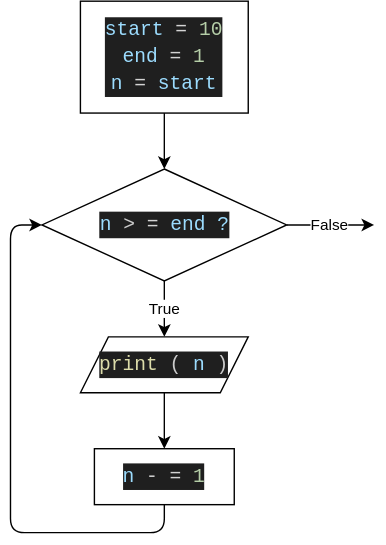
Earlier version of the draw.io export L8-LW5-counter.diagram.drawio.svg (Iiksvokuj/flow-controll). Source tidied: cells renumbered, new cells last; positions are measured from the earlier drawing's top-left corner, leaving out a move shared by most shapes.
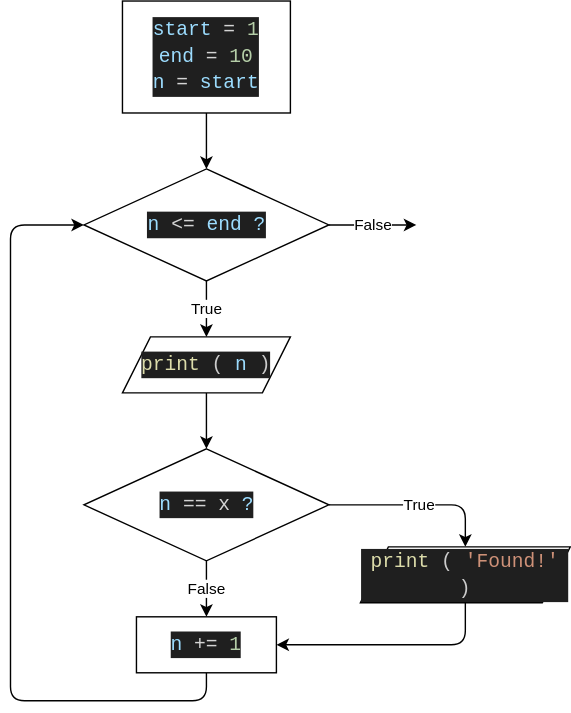
After the commit.

Commit message:
short circuit

Change to the diagram source:
```diff
@@ -5,7 +5,7 @@
     <mxCell id="2" style="edgeStyle=none;html=1;exitX=0.5;exitY=1;exitDx=0;exitDy=0;entryX=0.5;entryY=0;entryDx=0;entryDy=0;" parent="1" edge="1" source="3" target="6">
       <mxGeometry relative="1" as="geometry" />
     </mxCell>
-    <mxCell id="3" value="&lt;div style=&quot;color: rgb(204, 204, 204); background-color: rgb(31, 31, 31); font-family: Consolas, &amp;quot;Courier New&amp;quot;, monospace; font-size: 14px; line-height: 19px;&quot;&gt;&lt;div&gt;&lt;span style=&quot;color: #9cdcfe;&quot;&gt;start&lt;/span&gt; &lt;span style=&quot;color: #d4d4d4;&quot;&gt;=&lt;/span&gt; &lt;span style=&quot;color: #b5cea8;&quot;&gt;10&lt;/span&gt;&lt;/div&gt;&lt;div&gt;&lt;span style=&quot;color: #9cdcfe;&quot;&gt;end&lt;/span&gt;&amp;nbsp; &lt;span style=&quot;color: #d4d4d4;&quot;&gt;=&lt;/span&gt; &lt;span style=&quot;color: #b5cea8;&quot;&gt;1&lt;/span&gt;&lt;/div&gt;&lt;div&gt;&lt;span style=&quot;color: #9cdcfe;&quot;&gt;n&lt;/span&gt; &lt;span style=&quot;color: #d4d4d4;&quot;&gt;=&lt;/span&gt; &lt;span style=&quot;color: #9cdcfe;&quot;&gt;start&lt;/span&gt;&lt;/div&gt;&lt;/div&gt;" style="rounded=0;whiteSpace=wrap;html=1;" parent="1" vertex="1">
+    <mxCell id="3" value="&lt;div style=&quot;color: rgb(204, 204, 204); background-color: rgb(31, 31, 31); font-family: Consolas, &amp;quot;Courier New&amp;quot;, monospace; font-size: 14px; line-height: 19px;&quot;&gt;&lt;div&gt;&lt;span style=&quot;color: #9cdcfe;&quot;&gt;start&lt;/span&gt; &lt;span style=&quot;color: #d4d4d4;&quot;&gt;=&lt;/span&gt; &lt;span style=&quot;color: #b5cea8;&quot;&gt;1&lt;/span&gt;&lt;/div&gt;&lt;div&gt;&lt;span style=&quot;color: #9cdcfe;&quot;&gt;end&lt;/span&gt;&amp;nbsp;&amp;nbsp;&lt;span style=&quot;color: #d4d4d4;&quot;&gt;=&lt;/span&gt; &lt;span style=&quot;color: #b5cea8;&quot;&gt;10&lt;/span&gt;&lt;/div&gt;&lt;div&gt;&lt;span style=&quot;color: #9cdcfe;&quot;&gt;n&lt;/span&gt; &lt;span style=&quot;color: #d4d4d4;&quot;&gt;=&lt;/span&gt; &lt;span style=&quot;color: #9cdcfe;&quot;&gt;start&lt;/span&gt;&lt;/div&gt;&lt;/div&gt;" style="rounded=0;whiteSpace=wrap;html=1;" parent="1" vertex="1">
       <mxGeometry x="50" width="120" height="80" as="geometry" />
     </mxCell>
     <mxCell id="4" value="True" style="edgeStyle=none;html=1;exitX=0.5;exitY=1;exitDx=0;exitDy=0;entryX=0.5;entryY=0;entryDx=0;entryDy=0;" parent="1" edge="1" source="6" target="8">
@@ -16,26 +16,49 @@
         <mxPoint x="260" y="160" as="targetPoint" />
       </mxGeometry>
     </mxCell>
-    <mxCell id="6" value="&lt;div style=&quot;color: rgb(204, 204, 204); background-color: rgb(31, 31, 31); font-family: Consolas, &amp;quot;Courier New&amp;quot;, monospace; font-size: 14px; line-height: 19px;&quot;&gt;&lt;span style=&quot;color: #9cdcfe;&quot;&gt;n&lt;/span&gt;&amp;nbsp;&amp;gt;&lt;span style=&quot;color: #d4d4d4;&quot;&gt;=&lt;/span&gt; &lt;span style=&quot;color: #9cdcfe;&quot;&gt;end ?&lt;/span&gt;&lt;/div&gt;" style="rhombus;whiteSpace=wrap;html=1;" parent="1" vertex="1">
+    <mxCell id="6" value="&lt;div style=&quot;color: rgb(204, 204, 204); background-color: rgb(31, 31, 31); font-family: Consolas, &amp;quot;Courier New&amp;quot;, monospace; font-size: 14px; line-height: 19px;&quot;&gt;&lt;span style=&quot;color: #9cdcfe;&quot;&gt;n&lt;/span&gt; &lt;span style=&quot;color: #d4d4d4;&quot;&gt;&amp;lt;=&lt;/span&gt; &lt;span style=&quot;color: #9cdcfe;&quot;&gt;end ?&lt;/span&gt;&lt;/div&gt;" style="rhombus;whiteSpace=wrap;html=1;" parent="1" vertex="1">
       <mxGeometry x="22.5" y="120" width="175" height="80" as="geometry" />
     </mxCell>
-    <mxCell id="7" style="edgeStyle=none;html=1;exitX=0.5;exitY=1;exitDx=0;exitDy=0;entryX=0.5;entryY=0;entryDx=0;entryDy=0;" parent="1" edge="1" source="8" target="10">
-      <mxGeometry relative="1" as="geometry" />
-    </mxCell>
+    <mxCell id="11" style="edgeStyle=none;html=1;exitX=0.5;exitY=1;exitDx=0;exitDy=0;entryX=0.5;entryY=0;entryDx=0;entryDy=0;" parent="1" edge="1" source="8" target="14">
+      <mxGeometry relative="1" as="geometry" />
+    </mxCell>
     <mxCell id="8" value="&lt;div style=&quot;color: rgb(204, 204, 204); background-color: rgb(31, 31, 31); font-family: Consolas, &amp;quot;Courier New&amp;quot;, monospace; font-size: 14px; line-height: 19px;&quot;&gt;&lt;span style=&quot;color: #dcdcaa;&quot;&gt;print&lt;/span&gt;(&lt;span style=&quot;color: #9cdcfe;&quot;&gt;n&lt;/span&gt;)&lt;/div&gt;" style="shape=parallelogram;perimeter=parallelogramPerimeter;whiteSpace=wrap;html=1;fixedSize=1;" parent="1" vertex="1">
       <mxGeometry x="50" y="240" width="120" height="40" as="geometry" />
     </mxCell>
     <mxCell id="9" style="edgeStyle=none;html=1;exitX=0.5;exitY=1;exitDx=0;exitDy=0;entryX=0;entryY=0.5;entryDx=0;entryDy=0;" parent="1" edge="1" source="10" target="6">
       <mxGeometry relative="1" as="geometry">
         <Array as="points">
-          <mxPoint x="110" y="380" />
-          <mxPoint y="380" />
-          <mxPoint y="160" />
+          <mxPoint x="110" y="500" />
+          <mxPoint x="-30" y="500" />
+          <mxPoint x="-30" y="160" />
         </Array>
       </mxGeometry>
     </mxCell>
-    <mxCell id="10" value="&lt;div style=&quot;color: rgb(204, 204, 204); background-color: rgb(31, 31, 31); font-family: Consolas, &amp;quot;Courier New&amp;quot;, monospace; font-size: 14px; line-height: 19px;&quot;&gt;&lt;span style=&quot;color: #9cdcfe;&quot;&gt;n&lt;/span&gt;&amp;nbsp;-&lt;span style=&quot;color: #d4d4d4;&quot;&gt;=&lt;/span&gt; &lt;span style=&quot;color: #b5cea8;&quot;&gt;1&lt;/span&gt;&lt;/div&gt;" style="rounded=0;whiteSpace=wrap;html=1;" parent="1" vertex="1">
-      <mxGeometry x="60" y="320" width="100" height="40" as="geometry" />
+    <mxCell id="10" value="&lt;div style=&quot;color: rgb(204, 204, 204); background-color: rgb(31, 31, 31); font-family: Consolas, &amp;quot;Courier New&amp;quot;, monospace; font-size: 14px; line-height: 19px;&quot;&gt;&lt;span style=&quot;color: #9cdcfe;&quot;&gt;n&lt;/span&gt; &lt;span style=&quot;color: #d4d4d4;&quot;&gt;+=&lt;/span&gt; &lt;span style=&quot;color: #b5cea8;&quot;&gt;1&lt;/span&gt;&lt;/div&gt;" style="rounded=0;whiteSpace=wrap;html=1;" parent="1" vertex="1">
+      <mxGeometry x="60" y="440" width="100" height="40" as="geometry" />
     </mxCell>
+    <mxCell id="12" value="False" style="edgeStyle=none;html=1;entryX=0.5;entryY=0;entryDx=0;entryDy=0;" parent="1" edge="1" source="14" target="10">
+      <mxGeometry relative="1" as="geometry" />
+    </mxCell>
+    <mxCell id="13" value="True" style="edgeStyle=none;html=1;exitX=1;exitY=0.5;exitDx=0;exitDy=0;entryX=0.5;entryY=0;entryDx=0;entryDy=0;" parent="1" edge="1" source="14" target="16">
+      <mxGeometry relative="1" as="geometry">
+        <Array as="points">
+          <mxPoint x="295" y="360" />
+        </Array>
+      </mxGeometry>
+    </mxCell>
+    <mxCell id="14" value="&lt;div style=&quot;background-color: rgb(31, 31, 31); font-family: Consolas, &amp;quot;Courier New&amp;quot;, monospace; font-size: 14px; line-height: 19px;&quot;&gt;&lt;span style=&quot;color: rgb(204, 204, 204);&quot;&gt;&lt;span style=&quot;color: #9cdcfe;&quot;&gt;n&lt;/span&gt;&amp;nbsp;&lt;/span&gt;&lt;font color=&quot;#d4d4d4&quot;&gt;== x&lt;/font&gt;&lt;span style=&quot;color: rgb(156, 220, 254);&quot;&gt;&amp;nbsp;?&lt;/span&gt;&lt;/div&gt;" style="rhombus;whiteSpace=wrap;html=1;" parent="1" vertex="1">
+      <mxGeometry x="22.5" y="320" width="175" height="80" as="geometry" />
+    </mxCell>
+    <mxCell id="15" style="edgeStyle=none;html=1;exitX=0.5;exitY=1;exitDx=0;exitDy=0;entryX=1;entryY=0.5;entryDx=0;entryDy=0;" parent="1" edge="1" source="16" target="10">
+      <mxGeometry relative="1" as="geometry">
+        <Array as="points">
+          <mxPoint x="295" y="460" />
+        </Array>
+      </mxGeometry>
+    </mxCell>
+    <mxCell id="16" value="&lt;div style=&quot;background-color: rgb(31, 31, 31); font-family: Consolas, &amp;quot;Courier New&amp;quot;, monospace; font-size: 14px; line-height: 19px;&quot;&gt;&lt;div style=&quot;color: rgb(204, 204, 204); line-height: 19px;&quot;&gt;&lt;span style=&quot;color: #dcdcaa;&quot;&gt;print&lt;/span&gt;(&lt;span style=&quot;color: #ce9178;&quot;&gt;'Found!'&lt;/span&gt;)&lt;/div&gt;&lt;/div&gt;" style="shape=parallelogram;perimeter=parallelogramPerimeter;whiteSpace=wrap;html=1;fixedSize=1;" parent="1" vertex="1">
+      <mxGeometry x="220" y="390" width="150" height="40" as="geometry" />
+    </mxCell>
   </root>
 </mxGraphModel>
```
